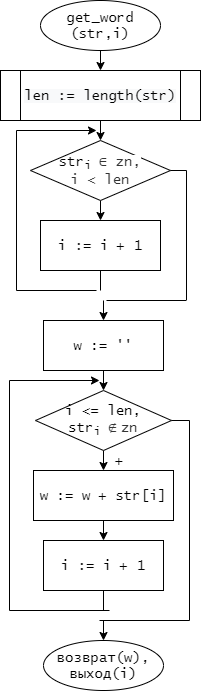
Earlier version of the draw.io export лр6/get_word.png (Aprokun/-). Source tidied: cells renumbered, new cells last; positions are measured from the earlier drawing's top-left corner, leaving out a move shared by most shapes.
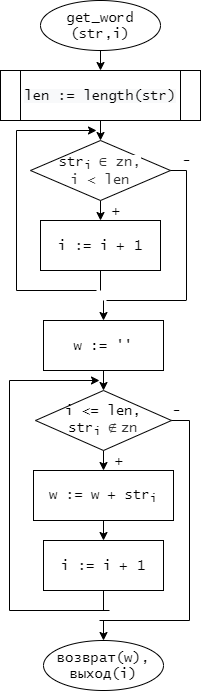
After the change.

Diff of the diagram source:
```diff
@@ -36,7 +36,7 @@
     <mxCell id="10" style="edgeStyle=orthogonalEdgeStyle;rounded=0;jettySize=auto;html=1;exitX=0.5;exitY=1;exitDx=0;exitDy=0;entryX=0.5;entryY=0;entryDx=0;entryDy=0;fontFamily=Lucida Console;fontSize=14;" parent="1" edge="1" source="11" target="12">
       <mxGeometry relative="1" as="geometry" />
     </mxCell>
-    <mxCell id="11" value="w := w + str[i]" style="rounded=0;whiteSpace=wrap;html=1;fontFamily=Lucida Console;fontSize=14;" parent="1" vertex="1">
+    <mxCell id="11" value="w := w + str&lt;sub&gt;i&lt;/sub&gt;" style="rounded=0;whiteSpace=wrap;html=1;fontFamily=Lucida Console;fontSize=14;" parent="1" vertex="1">
       <mxGeometry x="33" y="470" width="140" height="50" as="geometry" />
     </mxCell>
     <mxCell id="12" value="i := i + 1" style="rounded=0;whiteSpace=wrap;html=1;fontFamily=Lucida Console;fontSize=14;" parent="1" vertex="1">
@@ -145,5 +145,14 @@
         <mxPoint x="185.5" y="300" as="targetPoint" />
       </mxGeometry>
     </mxCell>
+    <mxCell id="34" value="+" style="text;html=1;align=center;verticalAlign=middle;fontSize=14;fontFamily=Lucida Console;" parent="1" vertex="1">
+      <mxGeometry x="106" y="200" width="20" height="20" as="geometry" />
+    </mxCell>
+    <mxCell id="35" value="-" style="text;html=1;align=center;verticalAlign=middle;fontSize=14;fontFamily=Lucida Console;" parent="1" vertex="1">
+      <mxGeometry x="176" y="150" width="20" height="20" as="geometry" />
+    </mxCell>
+    <mxCell id="36" value="-" style="text;html=1;align=center;verticalAlign=middle;fontSize=14;fontFamily=Lucida Console;" parent="1" vertex="1">
+      <mxGeometry x="166" y="400" width="20" height="20" as="geometry" />
+    </mxCell>
   </root>
 </mxGraphModel>
```
